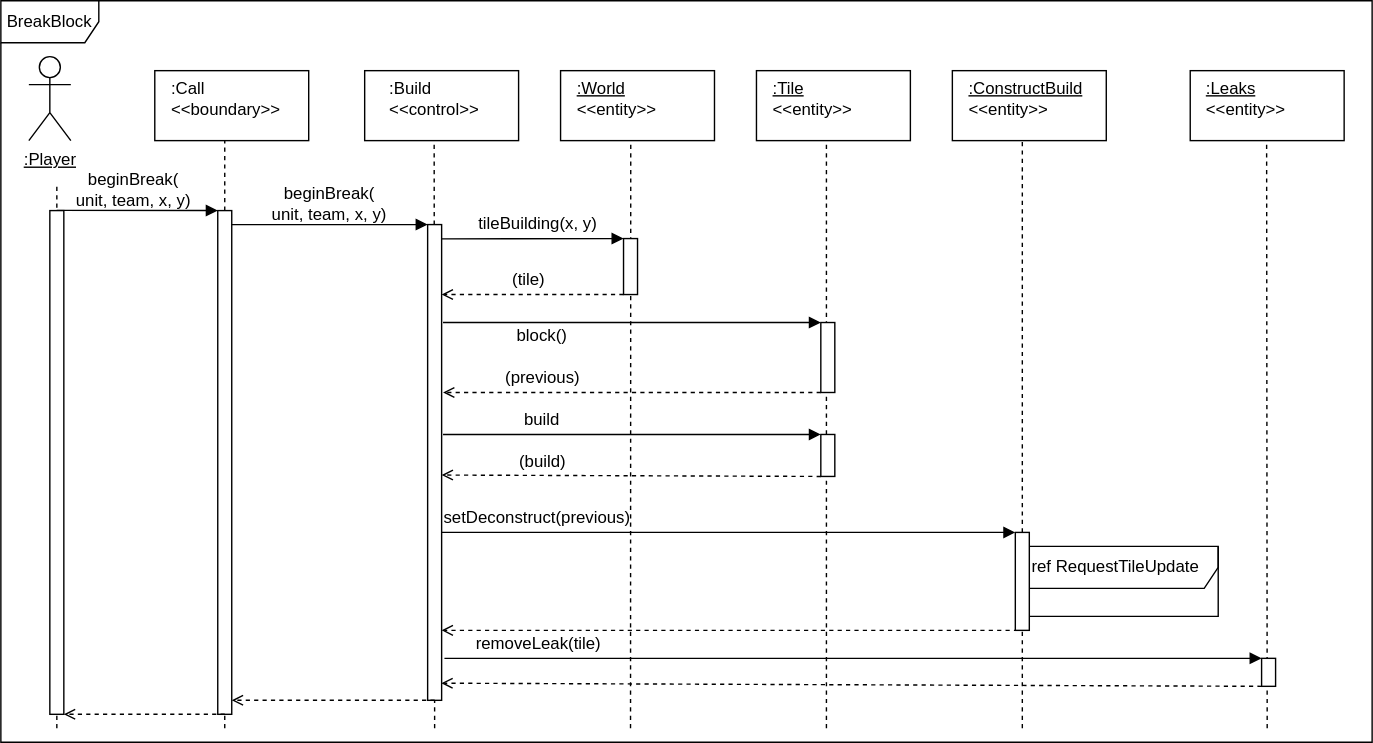
Above: SE202526/Milestone3/UserStory2/assets/seqBreakBlock.svg in gabits17/Mindustry-Add-ons-SE-Project (draw.io), before the change. Source tidied: cells renumbered, new cells last; positions are measured from the earlier drawing's top-left corner, leaving out a move shared by most shapes.
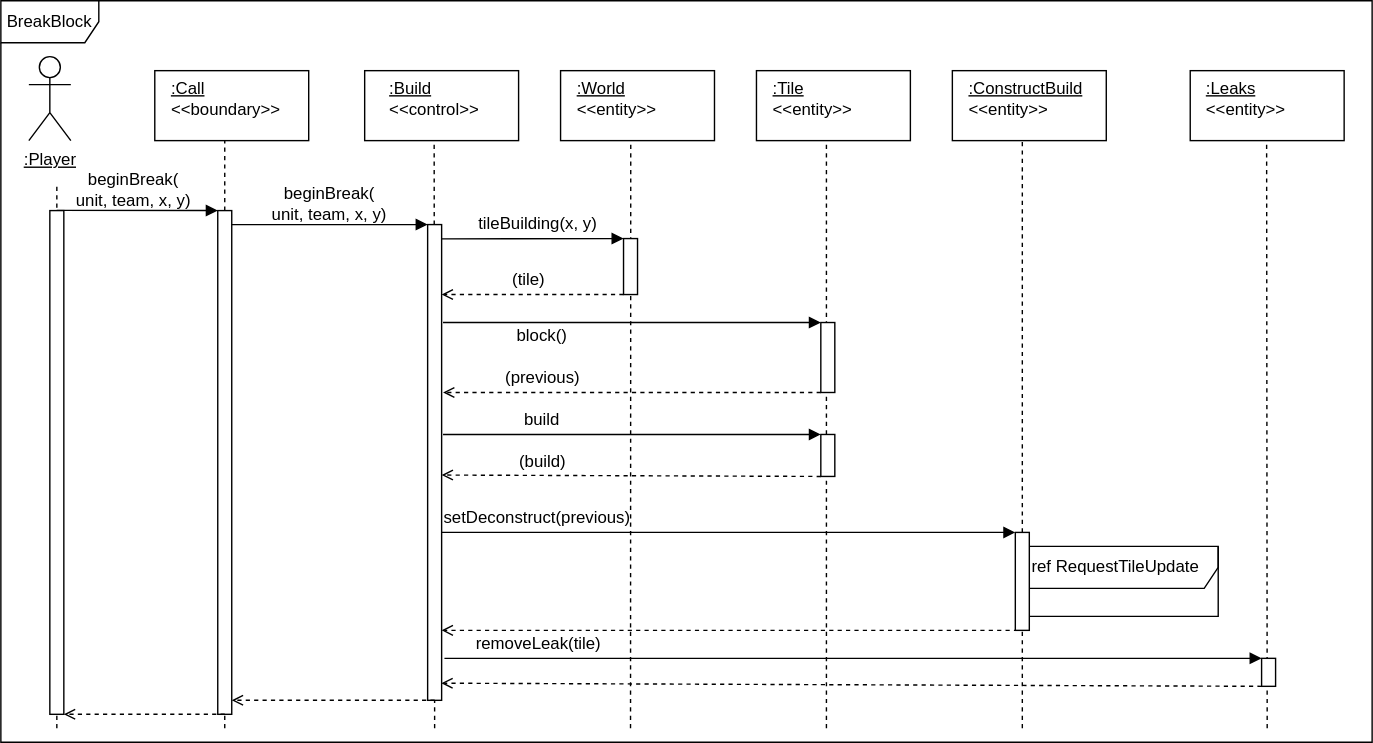
After the change.

Change to the diagram source:
```diff
@@ -8,13 +8,13 @@
     <mxCell id="3" value="&lt;u&gt;:Player&lt;/u&gt;" style="shape=umlActor;verticalLabelPosition=bottom;verticalAlign=top;html=1;" parent="1" vertex="1">
       <mxGeometry x="20" y="40" width="30" height="60" as="geometry" />
     </mxCell>
-    <mxCell id="4" value=":Call&lt;div&gt;&amp;lt;&amp;lt;boundary&amp;gt;&amp;gt;&lt;/div&gt;" style="text;html=1;whiteSpace=wrap;strokeColor=none;fillColor=none;align=left;verticalAlign=middle;rounded=0;" parent="1" vertex="1">
+    <mxCell id="4" value="&lt;u&gt;:Call&lt;/u&gt;&lt;div&gt;&amp;lt;&amp;lt;boundary&amp;gt;&amp;gt;&lt;/div&gt;" style="text;html=1;whiteSpace=wrap;strokeColor=none;fillColor=none;align=left;verticalAlign=middle;rounded=0;" parent="1" vertex="1">
       <mxGeometry x="120" y="55" width="60" height="30" as="geometry" />
     </mxCell>
     <mxCell id="5" style="rounded=0;whiteSpace=wrap;html=1;" parent="1" vertex="1">
       <mxGeometry x="260" y="50" width="110" height="50" as="geometry" />
     </mxCell>
-    <mxCell id="6" value="&lt;div style=&quot;text-align: left;&quot;&gt;&lt;span style=&quot;background-color: transparent; color: light-dark(rgb(0, 0, 0), rgb(255, 255, 255));&quot;&gt;:Build&lt;/span&gt;&lt;/div&gt;&lt;div&gt;&amp;lt;&amp;lt;control&amp;gt;&amp;gt;&lt;/div&gt;" style="text;html=1;whiteSpace=wrap;strokeColor=none;fillColor=none;align=center;verticalAlign=middle;rounded=0;" parent="1" vertex="1">
+    <mxCell id="6" value="&lt;div style=&quot;text-align: left;&quot;&gt;&lt;span style=&quot;background-color: transparent; color: light-dark(rgb(0, 0, 0), rgb(255, 255, 255));&quot;&gt;&lt;u&gt;:Build&lt;/u&gt;&lt;/span&gt;&lt;/div&gt;&lt;div&gt;&amp;lt;&amp;lt;control&amp;gt;&amp;gt;&lt;/div&gt;" style="text;html=1;whiteSpace=wrap;strokeColor=none;fillColor=none;align=center;verticalAlign=middle;rounded=0;" parent="1" vertex="1">
       <mxGeometry x="280" y="55" width="60" height="30" as="geometry" />
     </mxCell>
     <mxCell id="7" value="&lt;div style=&quot;text-align: left;&quot;&gt;&lt;br&gt;&lt;/div&gt;" style="rounded=0;whiteSpace=wrap;html=1;" parent="1" vertex="1">
```
